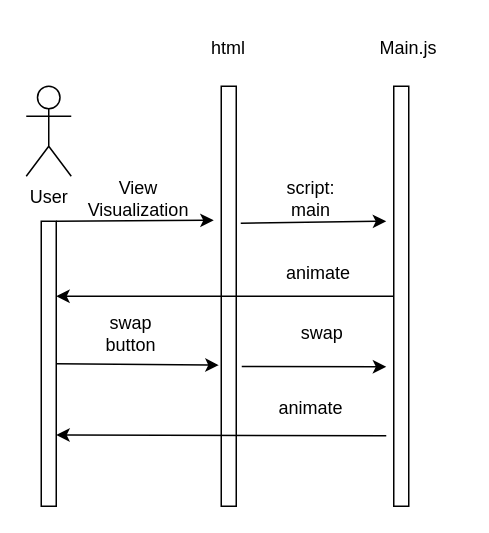
beep-sl/COS430SEProject keeps this draw.io diagram as Sequence Diagram.drawio. Above is the earlier version. Source tidied: cells renumbered, new cells numbered last; positions are measured from the earlier drawing's top-left corner, leaving out a move shared by most shapes. Both pictures are drawn from the tidied source at 150%, with x=0, y=0 at pixel (26, 26).
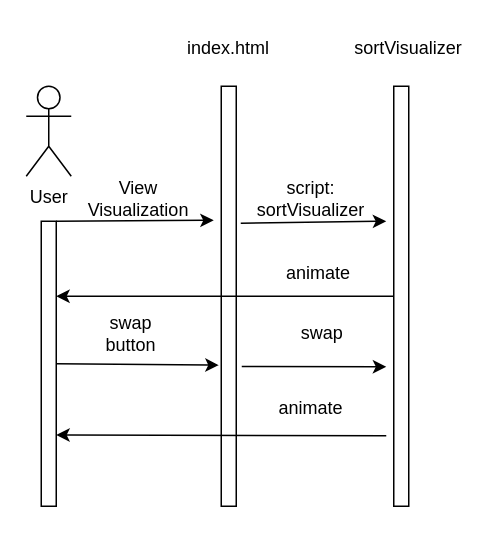
The same diagram, later.

What changed in the source:
```diff
@@
-    <mxCell id="6" value="Main.js" style="text;html=1;strokeColor=none;fillColor=none;align=center;verticalAlign=middle;whiteSpace=wrap;rounded=0;" parent="1" vertex="1">
+    <mxCell id="6" value="sortVisualizer" style="text;html=1;strokeColor=none;fillColor=none;align=center;verticalAlign=middle;whiteSpace=wrap;rounded=0;" parent="1" vertex="1">
       <mxGeometry x="225" width="60" height="30" as="geometry" />
     </mxCell>
@@
-    <mxCell id="10" value="script: main" style="text;html=1;strokeColor=none;fillColor=none;align=center;verticalAlign=middle;whiteSpace=wrap;rounded=0;" parent="1" vertex="1">
+    <mxCell id="10" value="script: sortVisualizer" style="text;html=1;strokeColor=none;fillColor=none;align=center;verticalAlign=middle;whiteSpace=wrap;rounded=0;" parent="1" vertex="1">
       <mxGeometry x="160" y="100" width="60" height="30" as="geometry" />
     </mxCell>
-    <mxCell id="11" value="html" style="text;html=1;strokeColor=none;fillColor=none;align=center;verticalAlign=middle;whiteSpace=wrap;rounded=0;" parent="1" vertex="1">
+    <mxCell id="11" value="index.html" style="text;html=1;strokeColor=none;fillColor=none;align=center;verticalAlign=middle;whiteSpace=wrap;rounded=0;" parent="1" vertex="1">
       <mxGeometry x="105" width="60" height="30" as="geometry" />
     </mxCell>
```
